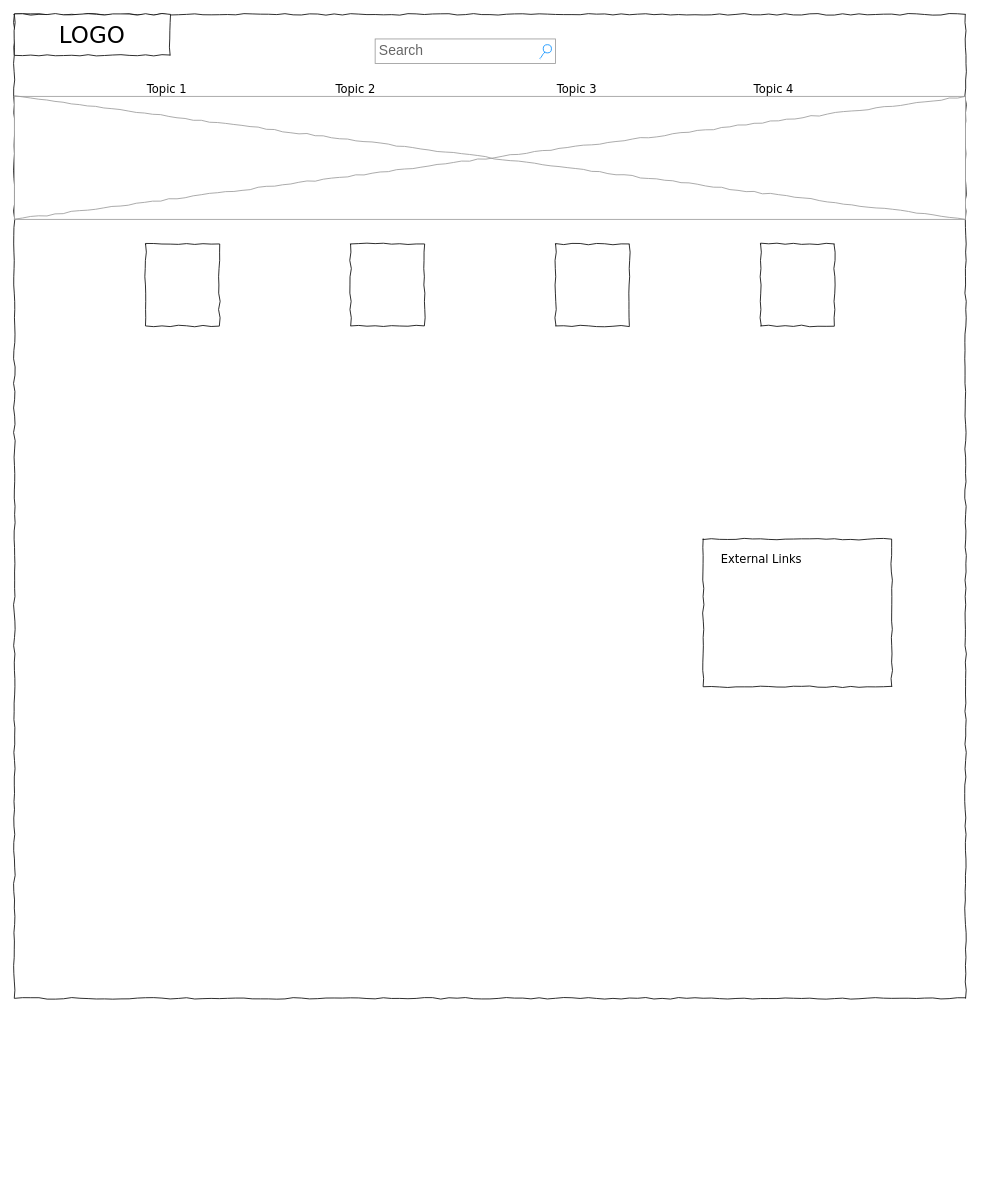
nescaruncho/DIW keeps this draw.io diagram as UD1/Tareas/Selección de elementos de diseño/layout.drawio. Above is the earlier version. Source tidied: cells renumbered, new cells numbered last; positions are measured from the earlier drawing's top-left corner, leaving out a move shared by most shapes. Both pictures are drawn from the tidied source at 82%, with x=0, y=0 at pixel (14, 14).
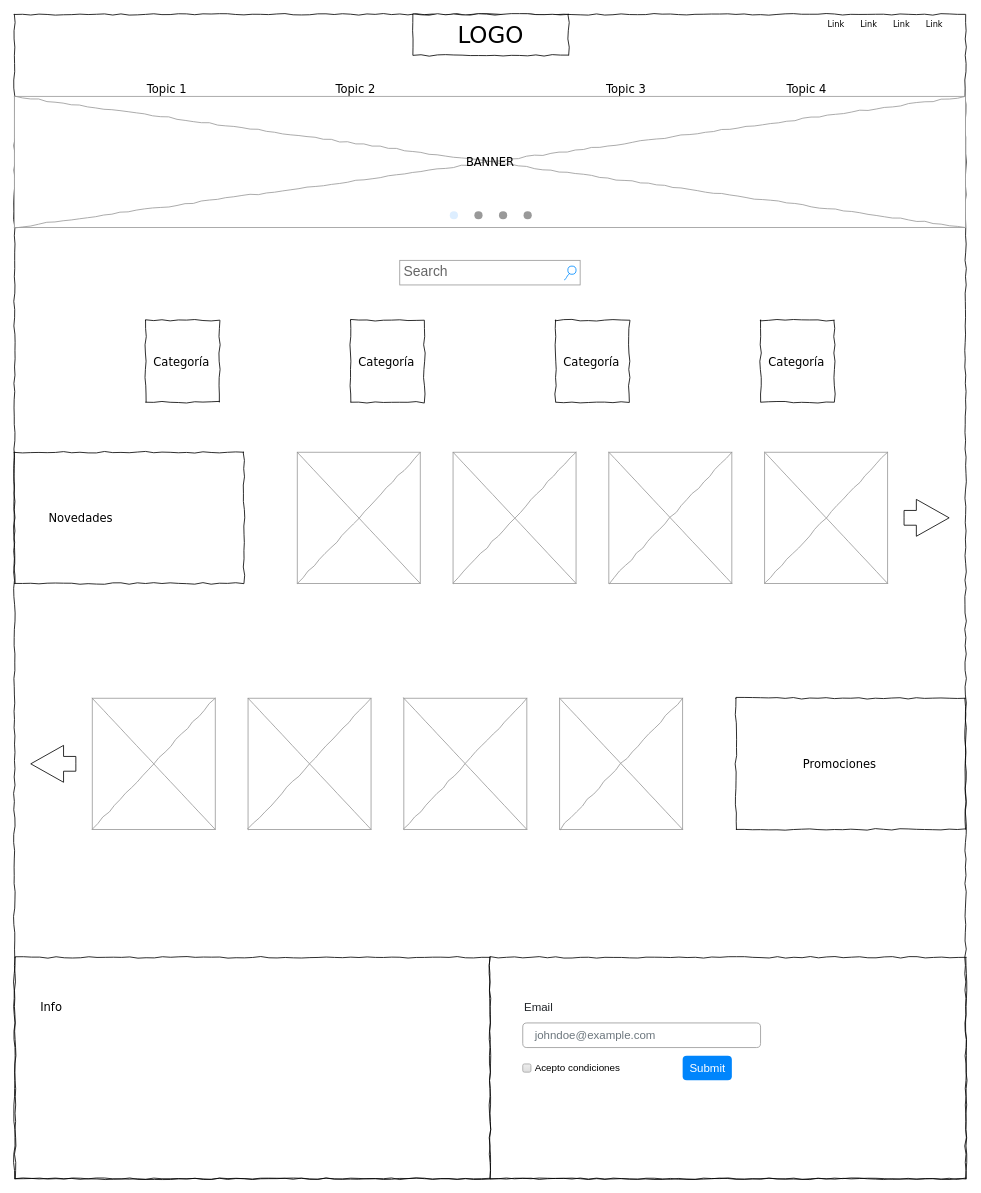
Above is the later version.

Change to the diagram source:
```diff
@@
     <mxCell id="2" style="whiteSpace=wrap;html=1;rounded=0;shadow=0;labelBackgroundColor=none;strokeColor=#000000;strokeWidth=1;fillColor=none;fontFamily=Verdana;fontSize=12;fontColor=#000000;align=center;comic=1;" parent="1" vertex="1">
-      <mxGeometry width="1160" height="1200" as="geometry" />
+      <mxGeometry width="1160" height="1420" as="geometry" />
     </mxCell>
     <mxCell id="3" value="LOGO" style="whiteSpace=wrap;html=1;rounded=0;shadow=0;labelBackgroundColor=none;strokeWidth=1;fontFamily=Verdana;fontSize=28;align=center;comic=1;" parent="1" vertex="1">
-      <mxGeometry width="190" height="50" as="geometry" />
+      <mxGeometry x="486" width="190" height="50" as="geometry" />
     </mxCell>
     <mxCell id="4" value="Search" style="strokeWidth=1;shadow=0;dashed=0;align=center;html=1;shape=mxgraph.mockup.forms.searchBox;strokeColor=#999999;mainText=;strokeColor2=#008cff;fontColor=#666666;fontSize=17;align=left;spacingLeft=3;rounded=0;labelBackgroundColor=none;comic=1;" parent="1" vertex="1">
-      <mxGeometry x="440" y="30" width="220" height="30" as="geometry" />
+      <mxGeometry x="470" y="300" width="220" height="30" as="geometry" />
     </mxCell>
@@
     <mxCell id="7" value="Topic 3" style="text;html=1;align=left;verticalAlign=top;spacingTop=-4;fontSize=14;fontFamily=Verdana;" parent="1" vertex="1">
-      <mxGeometry x="660" y="80" width="60" height="20" as="geometry" />
+      <mxGeometry x="720" y="80" width="60" height="20" as="geometry" />
     </mxCell>
     <mxCell id="8" value="Topic 4" style="text;html=1;align=left;verticalAlign=top;spacingTop=-4;fontSize=14;fontFamily=Verdana;" parent="1" vertex="1">
-      <mxGeometry x="900" y="80" width="60" height="20" as="geometry" />
+      <mxGeometry x="940" y="80" width="60" height="20" as="geometry" />
     </mxCell>
     <mxCell id="9" style="whiteSpace=wrap;html=1;rounded=0;shadow=0;labelBackgroundColor=none;strokeWidth=1;fillColor=none;fontFamily=Verdana;fontSize=12;align=center;comic=1;" parent="1" vertex="1">
-      <mxGeometry x="160" y="280" width="90" height="100" as="geometry" />
+      <mxGeometry x="160" y="373" width="90" height="100" as="geometry" />
     </mxCell>
@@
     <mxCell id="11" style="verticalLabelPosition=bottom;shadow=0;dashed=0;align=center;html=1;verticalAlign=top;strokeWidth=1;shape=mxgraph.mockup.graphics.simpleIcon;strokeColor=#999999;rounded=0;labelBackgroundColor=none;fontFamily=Verdana;fontSize=14;fontColor=#000000;comic=1;" parent="1" vertex="1">
-      <mxGeometry y="100" width="1160" height="150" as="geometry" />
+      <mxGeometry y="100" width="1160" height="160" as="geometry" />
     </mxCell>
     <mxCell id="12" style="whiteSpace=wrap;html=1;rounded=0;shadow=0;labelBackgroundColor=none;strokeWidth=1;fillColor=none;fontFamily=Verdana;fontSize=12;align=center;comic=1;" parent="1" vertex="1">
-      <mxGeometry x="840" y="640" width="230" height="180" as="geometry" />
+      <mxGeometry x="1" y="1150" width="579" height="270" as="geometry" />
     </mxCell>
-    <mxCell id="13" value="External Links" style="text;html=1;align=left;verticalAlign=top;spacingTop=-4;fontSize=14;fontFamily=Verdana;" parent="1" vertex="1">
-      <mxGeometry x="860" y="653" width="170" height="20" as="geometry" />
+    <mxCell id="13" value="Novedades" style="text;html=1;align=left;verticalAlign=top;spacingTop=-4;fontSize=14;fontFamily=Verdana;" parent="1" vertex="1">
+      <mxGeometry x="40" y="604" width="170" height="20" as="geometry" />
     </mxCell>
     <mxCell id="14" style="whiteSpace=wrap;html=1;rounded=0;shadow=0;labelBackgroundColor=none;strokeWidth=1;fillColor=none;fontFamily=Verdana;fontSize=12;align=center;comic=1;" parent="1" vertex="1">
-      <mxGeometry x="410" y="280" width="90" height="100" as="geometry" />
+      <mxGeometry x="410" y="373" width="90" height="100" as="geometry" />
     </mxCell>
     <mxCell id="15" style="whiteSpace=wrap;html=1;rounded=0;shadow=0;labelBackgroundColor=none;strokeWidth=1;fillColor=none;fontFamily=Verdana;fontSize=12;align=center;comic=1;" parent="1" vertex="1">
-      <mxGeometry x="660" y="280" width="90" height="100" as="geometry" />
+      <mxGeometry x="660" y="373" width="90" height="100" as="geometry" />
     </mxCell>
     <mxCell id="16" style="whiteSpace=wrap;html=1;rounded=0;shadow=0;labelBackgroundColor=none;strokeWidth=1;fillColor=none;fontFamily=Verdana;fontSize=12;align=center;comic=1;" parent="1" vertex="1">
-      <mxGeometry x="910" y="280" width="90" height="100" as="geometry" />
+      <mxGeometry x="910" y="373" width="90" height="100" as="geometry" />
     </mxCell>
+    <mxCell id="17" value="&lt;font style=&quot;font-size: 10px;&quot;&gt;Link&lt;/font&gt;" style="text;html=1;align=left;verticalAlign=top;spacingTop=-4;fontSize=14;fontFamily=Verdana;" parent="1" vertex="1">
+      <mxGeometry x="990" width="30" height="20" as="geometry" />
+    </mxCell>
+    <mxCell id="18" value="&lt;font style=&quot;font-size: 10px;&quot;&gt;Link&lt;/font&gt;" style="text;html=1;align=left;verticalAlign=top;spacingTop=-4;fontSize=14;fontFamily=Verdana;" parent="1" vertex="1">
+      <mxGeometry x="1030" width="30" height="20" as="geometry" />
+    </mxCell>
+    <mxCell id="19" value="&lt;font style=&quot;font-size: 10px;&quot;&gt;Link&lt;/font&gt;" style="text;html=1;align=left;verticalAlign=top;spacingTop=-4;fontSize=14;fontFamily=Verdana;" parent="1" vertex="1">
+      <mxGeometry x="1070" width="30" height="20" as="geometry" />
+    </mxCell>
+    <mxCell id="20" value="&lt;font style=&quot;font-size: 10px;&quot;&gt;Link&lt;/font&gt;" style="text;html=1;align=left;verticalAlign=top;spacingTop=-4;fontSize=14;fontFamily=Verdana;" parent="1" vertex="1">
+      <mxGeometry x="1110" width="30" height="20" as="geometry" />
+    </mxCell>
+    <mxCell id="21" value="BANNER" style="text;html=1;align=center;verticalAlign=top;spacingTop=-4;fontSize=14;fontFamily=Verdana;" parent="1" vertex="1">
+      <mxGeometry x="495" y="170" width="170" height="20" as="geometry" />
+    </mxCell>
+    <mxCell id="22" style="whiteSpace=wrap;html=1;rounded=0;shadow=0;labelBackgroundColor=none;strokeWidth=1;fillColor=none;fontFamily=Verdana;fontSize=12;align=center;comic=1;" parent="1" vertex="1">
+      <mxGeometry y="534" width="280" height="160" as="geometry" />
+    </mxCell>
+    <mxCell id="23" style="verticalLabelPosition=bottom;shadow=0;dashed=0;align=center;html=1;verticalAlign=top;strokeWidth=1;shape=mxgraph.mockup.graphics.simpleIcon;strokeColor=#999999;rounded=0;labelBackgroundColor=none;fontFamily=Verdana;fontSize=14;fontColor=#000000;comic=1;" parent="1" vertex="1">
+      <mxGeometry x="345" y="534" width="150" height="160" as="geometry" />
+    </mxCell>
+    <mxCell id="24" style="verticalLabelPosition=bottom;shadow=0;dashed=0;align=center;html=1;verticalAlign=top;strokeWidth=1;shape=mxgraph.mockup.graphics.simpleIcon;strokeColor=#999999;rounded=0;labelBackgroundColor=none;fontFamily=Verdana;fontSize=14;fontColor=#000000;comic=1;" parent="1" vertex="1">
+      <mxGeometry x="535" y="534" width="150" height="160" as="geometry" />
+    </mxCell>
+    <mxCell id="25" style="verticalLabelPosition=bottom;shadow=0;dashed=0;align=center;html=1;verticalAlign=top;strokeWidth=1;shape=mxgraph.mockup.graphics.simpleIcon;strokeColor=#999999;rounded=0;labelBackgroundColor=none;fontFamily=Verdana;fontSize=14;fontColor=#000000;comic=1;" parent="1" vertex="1">
+      <mxGeometry x="725" y="534" width="150" height="160" as="geometry" />
+    </mxCell>
+    <mxCell id="26" style="verticalLabelPosition=bottom;shadow=0;dashed=0;align=center;html=1;verticalAlign=top;strokeWidth=1;shape=mxgraph.mockup.graphics.simpleIcon;strokeColor=#999999;rounded=0;labelBackgroundColor=none;fontFamily=Verdana;fontSize=14;fontColor=#000000;comic=1;" parent="1" vertex="1">
+      <mxGeometry x="915" y="534" width="150" height="160" as="geometry" />
+    </mxCell>
+    <mxCell id="27" style="whiteSpace=wrap;html=1;rounded=0;shadow=0;labelBackgroundColor=none;strokeWidth=1;fillColor=none;fontFamily=Verdana;fontSize=12;align=center;comic=1;" parent="1" vertex="1">
+      <mxGeometry x="880" y="834" width="280" height="160" as="geometry" />
+    </mxCell>
+    <mxCell id="28" style="verticalLabelPosition=bottom;shadow=0;dashed=0;align=center;html=1;verticalAlign=top;strokeWidth=1;shape=mxgraph.mockup.graphics.simpleIcon;strokeColor=#999999;rounded=0;labelBackgroundColor=none;fontFamily=Verdana;fontSize=14;fontColor=#000000;comic=1;" parent="1" vertex="1">
+      <mxGeometry x="95" y="834" width="150" height="160" as="geometry" />
+    </mxCell>
+    <mxCell id="29" style="verticalLabelPosition=bottom;shadow=0;dashed=0;align=center;html=1;verticalAlign=top;strokeWidth=1;shape=mxgraph.mockup.graphics.simpleIcon;strokeColor=#999999;rounded=0;labelBackgroundColor=none;fontFamily=Verdana;fontSize=14;fontColor=#000000;comic=1;" parent="1" vertex="1">
+      <mxGeometry x="285" y="834" width="150" height="160" as="geometry" />
+    </mxCell>
+    <mxCell id="30" style="verticalLabelPosition=bottom;shadow=0;dashed=0;align=center;html=1;verticalAlign=top;strokeWidth=1;shape=mxgraph.mockup.graphics.simpleIcon;strokeColor=#999999;rounded=0;labelBackgroundColor=none;fontFamily=Verdana;fontSize=14;fontColor=#000000;comic=1;" parent="1" vertex="1">
+      <mxGeometry x="475" y="834" width="150" height="160" as="geometry" />
+    </mxCell>
+    <mxCell id="31" style="verticalLabelPosition=bottom;shadow=0;dashed=0;align=center;html=1;verticalAlign=top;strokeWidth=1;shape=mxgraph.mockup.graphics.simpleIcon;strokeColor=#999999;rounded=0;labelBackgroundColor=none;fontFamily=Verdana;fontSize=14;fontColor=#000000;comic=1;" parent="1" vertex="1">
+      <mxGeometry x="665" y="834" width="150" height="160" as="geometry" />
+    </mxCell>
+    <mxCell id="32" style="whiteSpace=wrap;html=1;rounded=0;shadow=0;labelBackgroundColor=none;strokeWidth=1;fillColor=none;fontFamily=Verdana;fontSize=12;align=center;comic=1;" parent="1" vertex="1">
+      <mxGeometry x="580" y="1150" width="581" height="270" as="geometry" />
+    </mxCell>
+    <mxCell id="33" style="verticalLabelPosition=bottom;shadow=0;dashed=0;align=center;html=1;verticalAlign=top;strokeWidth=1;shape=mxgraph.mockup.navigation.pageControl;fillColor=#999999;strokeColor=#ddeeff;" parent="1" vertex="1">
+      <mxGeometry x="531" y="230" width="100" height="30" as="geometry" />
+    </mxCell>
+    <mxCell id="34" style="html=1;shadow=0;dashed=0;align=center;verticalAlign=middle;shape=mxgraph.arrows2.arrow;dy=0.6;dx=40;notch=0;" parent="1" vertex="1">
+      <mxGeometry x="1085" y="591.5" width="55" height="45" as="geometry" />
+    </mxCell>
+    <mxCell id="35" style="html=1;shadow=0;dashed=0;align=center;verticalAlign=middle;shape=mxgraph.arrows2.arrow;dy=0.6;dx=40;notch=0;rotation=-180;" parent="1" vertex="1">
+      <mxGeometry x="20" y="891.5" width="55" height="45" as="geometry" />
+    </mxCell>
+    <mxCell id="36" value="Promociones" style="text;html=1;align=left;verticalAlign=top;spacingTop=-4;fontSize=14;fontFamily=Verdana;" parent="1" vertex="1">
+      <mxGeometry x="960" y="904" width="170" height="20" as="geometry" />
+    </mxCell>
+    <mxCell id="37" value="Categoría" style="text;html=1;align=left;verticalAlign=top;spacingTop=-4;fontSize=14;fontFamily=Verdana;" parent="1" vertex="1">
+      <mxGeometry x="167.5" y="413" width="75" height="20" as="geometry" />
+    </mxCell>
+    <mxCell id="38" value="Categoría" style="text;html=1;align=left;verticalAlign=top;spacingTop=-4;fontSize=14;fontFamily=Verdana;" parent="1" vertex="1">
+      <mxGeometry x="417.5" y="413" width="75" height="20" as="geometry" />
+    </mxCell>
+    <mxCell id="39" value="Categoría" style="text;html=1;align=left;verticalAlign=top;spacingTop=-4;fontSize=14;fontFamily=Verdana;" parent="1" vertex="1">
+      <mxGeometry x="667.5" y="413" width="75" height="20" as="geometry" />
+    </mxCell>
+    <mxCell id="40" value="Categoría" style="text;html=1;align=left;verticalAlign=top;spacingTop=-4;fontSize=14;fontFamily=Verdana;" parent="1" vertex="1">
+      <mxGeometry x="917.5" y="413" width="75" height="20" as="geometry" />
+    </mxCell>
+    <mxCell id="41" value="Email" style="fillColor=none;strokeColor=none;align=left;fontSize=14;fontColor=#212529;" parent="1" vertex="1">
+      <mxGeometry x="620" y="1190" width="260" height="40" as="geometry" />
+    </mxCell>
+    <mxCell id="42" value="johndoe@example.com" style="html=1;shadow=0;dashed=0;shape=mxgraph.bootstrap.rrect;rSize=5;fillColor=none;strokeColor=#999999;align=left;spacing=15;fontSize=14;fontColor=#6C767D;" parent="1" vertex="1">
+      <mxGeometry width="290" height="30" relative="1" as="geometry">
+        <mxPoint x="620" y="1230" as="offset" />
+      </mxGeometry>
+    </mxCell>
+    <mxCell id="43" value="Acepto condiciones" style="html=1;shadow=0;dashed=0;shape=mxgraph.bootstrap.checkbox2;labelPosition=right;verticalLabelPosition=middle;align=left;verticalAlign=middle;gradientColor=#DEDEDE;fillColor=#EDEDED;strokeColor=#A6A6A6;checked=0;spacing=5;checkedFill=#0085FC;checkedStroke=#ffffff;" parent="1" vertex="1">
+      <mxGeometry x="620" y="1280" width="10" height="10" as="geometry" />
+    </mxCell>
+    <mxCell id="44" value="Submit" style="html=1;shadow=0;dashed=0;shape=mxgraph.bootstrap.rrect;rSize=5;fillColor=#0085FC;strokeColor=none;align=center;spacing=15;fontSize=14;fontColor=#ffffff;sketch=0;" parent="1" vertex="1">
+      <mxGeometry x="815" y="1270" width="60" height="30" as="geometry" />
+    </mxCell>
+    <mxCell id="45" value="Info" style="text;html=1;align=left;verticalAlign=top;spacingTop=-4;fontSize=14;fontFamily=Verdana;" parent="1" vertex="1">
+      <mxGeometry x="30" y="1200" width="60" height="20" as="geometry" />
+    </mxCell>
```
